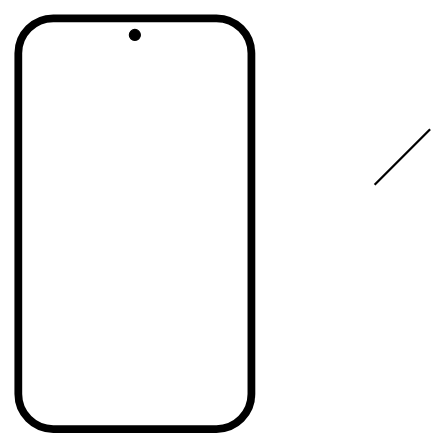
Before: Диаграмма без названия.drawio in Wafffentrager/colleg, a draw.io diagram. Source tidied: cells renumbered, new cells numbered last; positions are measured from the earlier drawing's top-left corner, leaving out a move shared by most shapes. Both pictures are drawn from the tidied source at 111%, with x=0, y=0 at pixel (18, 18).
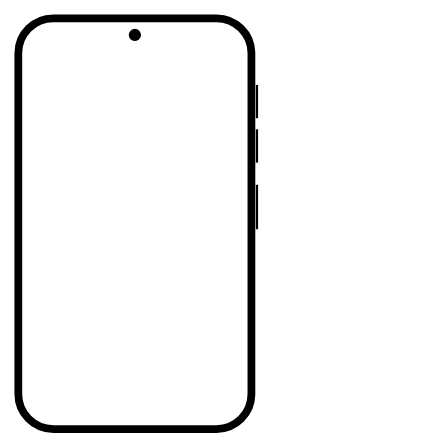
After the change.

What changed in the source:
```diff
@@
 <mxGraphModel>
   <root>
     <mxCell id="0" />
     <mxCell id="1" parent="0" />
     <mxCell id="2" style="rounded=1;whiteSpace=wrap;html=1;strokeWidth=7;" parent="1" vertex="1">
       <mxGeometry width="210" height="370" as="geometry" />
     </mxCell>
     <mxCell id="3" style="ellipse;whiteSpace=wrap;html=1;fillColor=#000000;" parent="1" vertex="1">
       <mxGeometry x="100" y="10" width="10" height="10" as="geometry" />
     </mxCell>
-    <mxCell id="4" style="endArrow=none;html=1;rounded=1;strokeWidth=2;" parent="1" edge="1">
-      <mxGeometry relative="1" as="geometry">
-        <mxPoint x="321" y="150" as="sourcePoint" />
-        <mxPoint x="371" y="100" as="targetPoint" />
-      </mxGeometry>
-    </mxCell>
+    <mxCell id="5" style="line;strokeWidth=2;direction=south;html=1;" parent="1" vertex="1">
+      <mxGeometry x="210" y="60" width="10" height="30" as="geometry" />
+    </mxCell>
+    <mxCell id="6" style="line;strokeWidth=2;direction=south;html=1;" parent="1" vertex="1">
+      <mxGeometry x="210" y="100" width="10" height="30" as="geometry" />
+    </mxCell>
+    <mxCell id="7" style="line;strokeWidth=2;direction=south;html=1;" parent="1" vertex="1">
+      <mxGeometry x="210" y="150" width="10" height="40" as="geometry" />
+    </mxCell>
   </root>
 </mxGraphModel>
```
